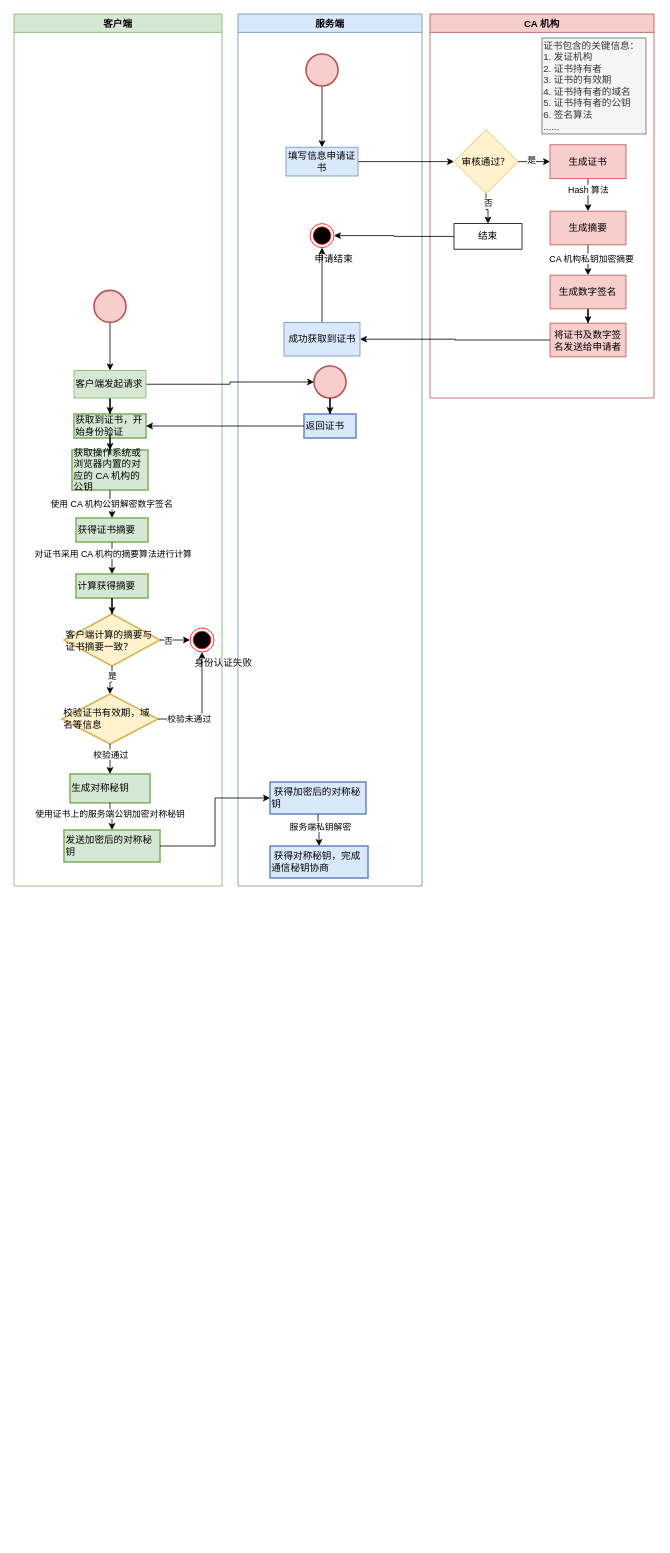
Earlier version of the draw.io diagram HTTPS .drawio (yang00-74/flowchart). Source tidied: cells renumbered, new cells numbered last; positions are measured from the earlier drawing's top-left corner, leaving out a move shared by most shapes. Both pictures are drawn from the tidied source at 80%, with x=0, y=0 at pixel (14, 14).
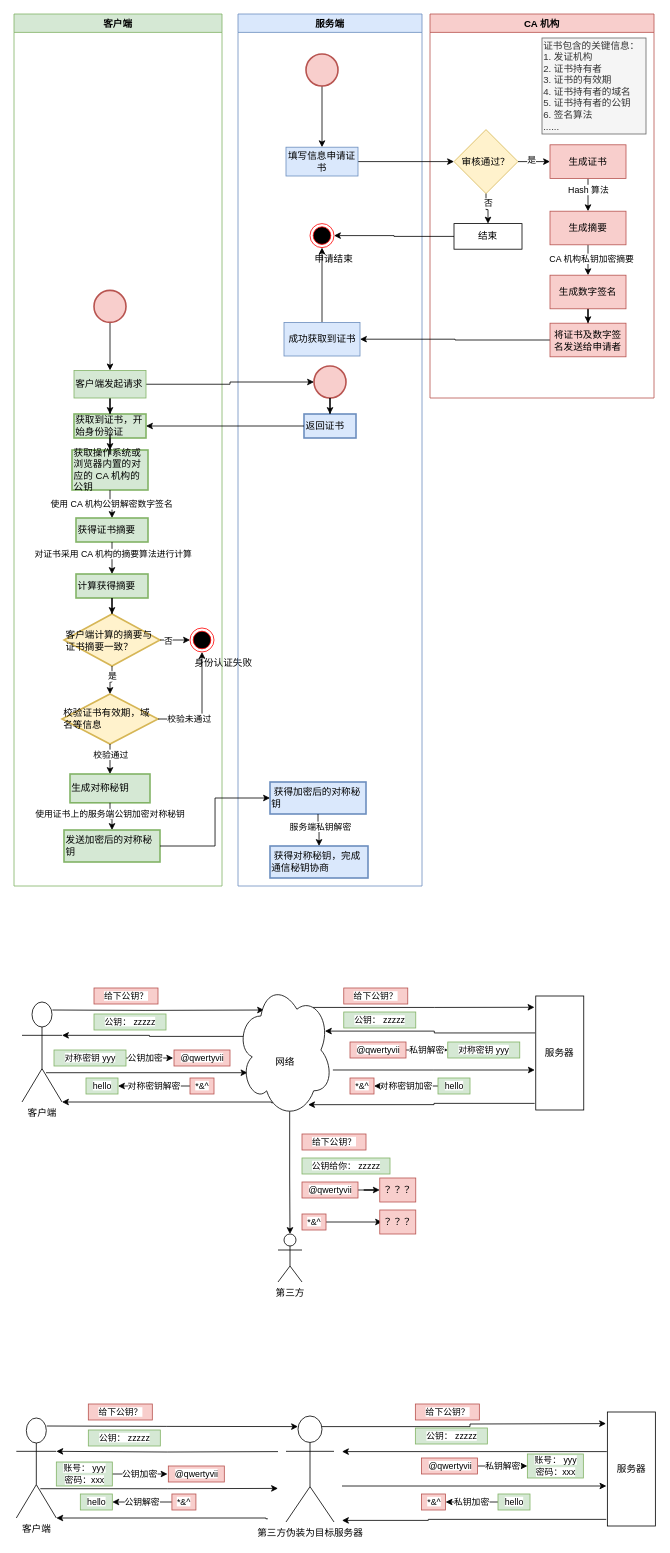
The same diagram, later.

Change to the diagram source:
```diff
@@
+    <mxCell id="68" style="edgeStyle=orthogonalEdgeStyle;rounded=0;jettySize=auto;html=1;entryX=0.25;entryY=0.1;entryDx=0;entryDy=0;entryPerimeter=0;" parent="1" edge="1" target="78">
+      <mxGeometry x="-0.05" y="20" relative="1" as="geometry">
+        <mxPoint x="40.9" y="1765" as="sourcePoint" />
+      </mxGeometry>
+    </mxCell>
+    <mxCell id="69" style="edgeStyle=orthogonalEdgeStyle;rounded=0;jettySize=auto;html=1;exitX=0.6;exitY=0.707;exitDx=0;exitDy=0;exitPerimeter=0;" parent="1" edge="1" source="70">
+      <mxGeometry relative="1" as="geometry">
+        <mxPoint x="330" y="1843" as="targetPoint" />
+      </mxGeometry>
+    </mxCell>
+    <mxCell id="70" value="客户端" style="shape=umlActor;verticalLabelPosition=bottom;verticalAlign=top;html=1;" parent="1" vertex="1">
+      <mxGeometry x="2.9" y="1755" width="50" height="125" as="geometry" />
+    </mxCell>
+    <mxCell id="71" style="edgeStyle=orthogonalEdgeStyle;rounded=0;jettySize=auto;html=1;exitX=0.75;exitY=0.1;exitDx=0;exitDy=0;exitPerimeter=0;" parent="1" edge="1" source="78">
+      <mxGeometry relative="1" as="geometry">
+        <mxPoint x="740" y="1762" as="targetPoint" />
+      </mxGeometry>
+    </mxCell>
+    <mxCell id="72" style="edgeStyle=orthogonalEdgeStyle;rounded=0;orthogonalLoop=1;jettySize=auto;html=1;" parent="1" edge="1">
+      <mxGeometry relative="1" as="geometry">
+        <mxPoint x="410" y="1840" as="sourcePoint" />
+        <mxPoint x="740.5" y="1840" as="targetPoint" />
+      </mxGeometry>
+    </mxCell>
+    <mxCell id="73" style="edgeStyle=orthogonalEdgeStyle;rounded=0;jettySize=auto;html=1;entryX=1;entryY=0.3333333333333333;entryDx=0;entryDy=0;entryPerimeter=0;" parent="1" edge="1" target="70">
+      <mxGeometry relative="1" as="geometry">
+        <mxPoint x="330" y="1797" as="sourcePoint" />
+      </mxGeometry>
+    </mxCell>
+    <mxCell id="74" style="edgeStyle=orthogonalEdgeStyle;rounded=0;jettySize=auto;html=1;exitX=0.382;exitY=0.888;exitDx=0;exitDy=0;exitPerimeter=0;entryX=1;entryY=1;entryDx=0;entryDy=0;entryPerimeter=0;" parent="1" edge="1" target="70">
+      <mxGeometry relative="1" as="geometry">
+        <mxPoint x="317.3" y="1881" as="sourcePoint" />
+        <Array as="points">
+          <mxPoint x="314.9" y="1881" />
+          <mxPoint x="314.9" y="1880" />
+        </Array>
+      </mxGeometry>
+    </mxCell>
+    <mxCell id="75" style="edgeStyle=orthogonalEdgeStyle;rounded=0;orthogonalLoop=1;jettySize=auto;html=1;" parent="1" edge="1">
+      <mxGeometry relative="1" as="geometry">
+        <mxPoint x="741" y="1797" as="sourcePoint" />
+        <mxPoint x="410" y="1797" as="targetPoint" />
+      </mxGeometry>
+    </mxCell>
+    <mxCell id="76" style="edgeStyle=orthogonalEdgeStyle;rounded=0;jettySize=auto;html=1;exitX=-0.023;exitY=0.942;exitDx=0;exitDy=0;exitPerimeter=0;" parent="1" edge="1" source="77">
+      <mxGeometry relative="1" as="geometry">
+        <mxPoint x="410" y="1883" as="targetPoint" />
+        <Array as="points">
+          <mxPoint x="517.9" y="1882" />
+          <mxPoint x="517.9" y="1883" />
+        </Array>
+      </mxGeometry>
+    </mxCell>
+    <mxCell id="77" value="服务器" style="whiteSpace=wrap;html=1;verticalAlign=middle;" parent="1" vertex="1">
+      <mxGeometry x="741.7" y="1747.5" width="60" height="142.5" as="geometry" />
+    </mxCell>
+    <mxCell id="78" value="第三方伪装为目标服务器" style="shape=umlActor;verticalLabelPosition=bottom;verticalAlign=top;html=1;" parent="1" vertex="1">
+      <mxGeometry x="340" y="1752.5" width="60" height="132.5" as="geometry" />
+    </mxCell>
+    <mxCell id="79" value="&lt;span style=&quot;font-size: 11px ; background-color: rgb(255 , 255 , 255)&quot;&gt;给下公钥？&lt;/span&gt;" style="text;html=1;align=center;verticalAlign=middle;strokeColor=#b85450;fillColor=#f8cecc;" parent="1" vertex="1">
+      <mxGeometry x="92.9" y="1737.5" width="80" height="20" as="geometry" />
+    </mxCell>
+    <mxCell id="80" value="&lt;span style=&quot;font-size: 11px ; background-color: rgb(255 , 255 , 255)&quot;&gt;公钥： zzzzz&lt;/span&gt;" style="text;html=1;align=center;verticalAlign=middle;strokeColor=#82b366;fillColor=#d5e8d4;" parent="1" vertex="1">
+      <mxGeometry x="501.7" y="1767.5" width="90" height="20" as="geometry" />
+    </mxCell>
+    <mxCell id="81" value="&lt;span style=&quot;font-size: 11px ; background-color: rgb(255 , 255 , 255)&quot;&gt;给下公钥？&lt;/span&gt;" style="text;html=1;align=center;verticalAlign=middle;strokeColor=#b85450;fillColor=#f8cecc;" parent="1" vertex="1">
+      <mxGeometry x="501.7" y="1737.5" width="80" height="20" as="geometry" />
+    </mxCell>
+    <mxCell id="82" value="&lt;span style=&quot;font-size: 11px ; background-color: rgb(255 , 255 , 255)&quot;&gt;公钥： zzzzz&lt;/span&gt;" style="text;html=1;align=center;verticalAlign=middle;strokeColor=#82b366;fillColor=#d5e8d4;" parent="1" vertex="1">
+      <mxGeometry x="92.9" y="1770" width="90" height="20" as="geometry" />
+    </mxCell>
+    <mxCell id="83" value="公钥加密" style="edgeStyle=orthogonalEdgeStyle;rounded=0;orthogonalLoop=1;jettySize=auto;html=1;" parent="1" edge="1">
+      <mxGeometry relative="1" as="geometry">
+        <mxPoint x="121.9" y="1825" as="sourcePoint" />
+        <mxPoint x="191.9" y="1825" as="targetPoint" />
+      </mxGeometry>
+    </mxCell>
+    <mxCell id="84" value="&lt;span style=&quot;font-size: 11px ; background-color: rgb(255 , 255 , 255)&quot;&gt;账号： yyy&lt;/span&gt;&lt;br style=&quot;font-size: 11px&quot;&gt;&lt;span style=&quot;font-size: 11px ; background-color: rgb(255 , 255 , 255)&quot;&gt;密码：xxx&lt;/span&gt;" style="text;html=1;align=center;verticalAlign=middle;strokeColor=#82b366;fillColor=#D5E8D4;" parent="1" vertex="1">
+      <mxGeometry x="52.9" y="1810" width="70" height="30" as="geometry" />
+    </mxCell>
+    <mxCell id="85" value="&lt;span style=&quot;font-size: 11px ; background-color: rgb(255 , 255 , 255)&quot;&gt;@qwertyvii&lt;/span&gt;" style="text;html=1;align=center;verticalAlign=middle;strokeColor=#b85450;fillColor=#f8cecc;" parent="1" vertex="1">
+      <mxGeometry x="192.9" y="1815" width="70" height="20" as="geometry" />
+    </mxCell>
+    <mxCell id="86" value="&lt;span style=&quot;font-size: 11px ; background-color: rgb(255 , 255 , 255)&quot;&gt;账号： yyy&lt;/span&gt;&lt;br style=&quot;font-size: 11px&quot;&gt;&lt;span style=&quot;font-size: 11px ; background-color: rgb(255 , 255 , 255)&quot;&gt;密码：xxx&lt;/span&gt;" style="text;html=1;align=center;verticalAlign=middle;points=[];strokeColor=#82b366;fillColor=#D5E8D4;" parent="1" vertex="1">
+      <mxGeometry x="641.7" y="1800" width="70" height="30" as="geometry" />
+    </mxCell>
+    <mxCell id="87" value="私钥解密" style="edgeStyle=orthogonalEdgeStyle;rounded=0;jettySize=auto;html=1;" parent="1" edge="1" source="88" target="86">
+      <mxGeometry relative="1" as="geometry" />
+    </mxCell>
+    <mxCell id="88" value="&lt;span style=&quot;font-size: 11px ; background-color: rgb(255 , 255 , 255)&quot;&gt;@qwertyvii&lt;/span&gt;" style="text;html=1;align=center;verticalAlign=middle;points=[];strokeColor=#b85450;fillColor=#f8cecc;" parent="1" vertex="1">
+      <mxGeometry x="509.5" y="1805" width="70" height="20" as="geometry" />
+    </mxCell>
+    <mxCell id="89" value="&lt;span style=&quot;font-size: 11px ; background-color: rgb(255 , 255 , 255)&quot;&gt;hello&lt;/span&gt;" style="text;html=1;align=center;verticalAlign=middle;points=[];strokeColor=#82b366;fillColor=#D5E8D4;" parent="1" vertex="1">
+      <mxGeometry x="82.9" y="1850" width="40" height="20" as="geometry" />
+    </mxCell>
+    <mxCell id="90" value="公钥解密" style="edgeStyle=orthogonalEdgeStyle;rounded=0;jettySize=auto;html=1;" parent="1" edge="1" source="91" target="89">
+      <mxGeometry relative="1" as="geometry" />
+    </mxCell>
+    <mxCell id="91" value="&lt;span style=&quot;font-size: 11px ; background-color: rgb(255 , 255 , 255)&quot;&gt;*&amp;amp;^&lt;/span&gt;" style="text;html=1;align=center;verticalAlign=middle;points=[];strokeColor=#b85450;fillColor=#f8cecc;" parent="1" vertex="1">
+      <mxGeometry x="197.4" y="1850" width="30" height="20" as="geometry" />
+    </mxCell>
+    <mxCell id="92" value="私钥加密" style="edgeStyle=orthogonalEdgeStyle;rounded=0;jettySize=auto;html=1;" parent="1" edge="1" source="93" target="94">
+      <mxGeometry relative="1" as="geometry" />
+    </mxCell>
+    <mxCell id="93" value="&lt;span style=&quot;font-size: 11px ; background-color: rgb(255 , 255 , 255)&quot;&gt;hello&lt;/span&gt;" style="text;html=1;align=center;verticalAlign=middle;points=[];strokeColor=#82b366;fillColor=#D5E8D4;" parent="1" vertex="1">
+      <mxGeometry x="605" y="1850" width="40" height="20" as="geometry" />
+    </mxCell>
+    <mxCell id="94" value="&lt;span style=&quot;font-size: 11px ; background-color: rgb(255 , 255 , 255)&quot;&gt;*&amp;amp;^&lt;/span&gt;" style="text;html=1;align=center;verticalAlign=middle;points=[];strokeColor=#b85450;fillColor=#f8cecc;" parent="1" vertex="1">
+      <mxGeometry x="509.5" y="1850" width="30" height="20" as="geometry" />
+    </mxCell>
+    <mxCell id="95" style="edgeStyle=orthogonalEdgeStyle;rounded=0;jettySize=auto;html=1;entryX=0.283;entryY=0.206;entryDx=0;entryDy=0;entryPerimeter=0;" parent="1" edge="1" target="103">
+      <mxGeometry x="-0.05" y="20" relative="1" as="geometry">
+        <mxPoint x="48" y="1245" as="sourcePoint" />
+      </mxGeometry>
+    </mxCell>
+    <mxCell id="96" style="edgeStyle=orthogonalEdgeStyle;rounded=0;jettySize=auto;html=1;entryX=0.11;entryY=0.667;entryDx=0;entryDy=0;entryPerimeter=0;exitX=0.6;exitY=0.707;exitDx=0;exitDy=0;exitPerimeter=0;" parent="1" edge="1" source="97" target="103">
+      <mxGeometry relative="1" as="geometry" />
+    </mxCell>
+    <mxCell id="97" value="客户端" style="shape=umlActor;verticalLabelPosition=bottom;verticalAlign=top;html=1;" parent="1" vertex="1">
+      <mxGeometry x="10" y="1235" width="50" height="125" as="geometry" />
+    </mxCell>
+    <mxCell id="98" style="edgeStyle=orthogonalEdgeStyle;rounded=0;jettySize=auto;html=1;exitX=0.79;exitY=0.187;exitDx=0;exitDy=0;exitPerimeter=0;entryX=-0.027;entryY=0.099;entryDx=0;entryDy=0;entryPerimeter=0;" parent="1" edge="1" source="103" target="106">
+      <mxGeometry relative="1" as="geometry" />
+    </mxCell>
+    <mxCell id="99" style="edgeStyle=orthogonalEdgeStyle;rounded=0;jettySize=auto;html=1;entryX=0.5;entryY=0;entryDx=0;entryDy=0;entryPerimeter=0;exitX=0.55;exitY=0.95;exitDx=0;exitDy=0;exitPerimeter=0;" parent="1" edge="1" source="103" target="107">
+      <mxGeometry relative="1" as="geometry" />
+    </mxCell>
+    <mxCell id="100" style="edgeStyle=orthogonalEdgeStyle;rounded=0;jettySize=auto;html=1;exitX=1;exitY=0.647;exitDx=0;exitDy=0;exitPerimeter=0;" parent="1" edge="1" source="103">
+      <mxGeometry relative="1" as="geometry">
+        <mxPoint x="651" y="1320" as="targetPoint" />
+      </mxGeometry>
+    </mxCell>
+    <mxCell id="101" style="edgeStyle=orthogonalEdgeStyle;rounded=0;jettySize=auto;html=1;exitX=0.07;exitY=0.4;exitDx=0;exitDy=0;exitPerimeter=0;entryX=1;entryY=0.3333333333333333;entryDx=0;entryDy=0;entryPerimeter=0;" parent="1" edge="1" source="103" target="97">
+      <mxGeometry relative="1" as="geometry" />
+    </mxCell>
+    <mxCell id="102" style="edgeStyle=orthogonalEdgeStyle;rounded=0;jettySize=auto;html=1;exitX=0.382;exitY=0.888;exitDx=0;exitDy=0;exitPerimeter=0;entryX=1;entryY=1;entryDx=0;entryDy=0;entryPerimeter=0;" parent="1" edge="1" source="103" target="97">
+      <mxGeometry relative="1" as="geometry">
+        <Array as="points">
+          <mxPoint x="322" y="1361" />
+          <mxPoint x="322" y="1360" />
+        </Array>
+      </mxGeometry>
+    </mxCell>
+    <mxCell id="103" value="&lt;br&gt;&lt;br&gt;网络" style="ellipse;shape=cloud;whiteSpace=wrap;html=1;verticalAlign=middle;" parent="1" vertex="1">
+      <mxGeometry x="278.6" y="1210" width="120" height="170" as="geometry" />
+    </mxCell>
+    <mxCell id="104" style="edgeStyle=orthogonalEdgeStyle;rounded=0;jettySize=auto;html=1;exitX=-0.013;exitY=0.324;exitDx=0;exitDy=0;entryX=0.917;entryY=0.361;entryDx=0;entryDy=0;entryPerimeter=0;exitPerimeter=0;" parent="1" edge="1" source="106" target="103">
+      <mxGeometry relative="1" as="geometry" />
+    </mxCell>
+    <mxCell id="105" style="edgeStyle=orthogonalEdgeStyle;rounded=0;jettySize=auto;html=1;exitX=-0.023;exitY=0.942;exitDx=0;exitDy=0;entryX=0.742;entryY=0.902;entryDx=0;entryDy=0;entryPerimeter=0;exitPerimeter=0;" parent="1" edge="1" source="106" target="103">
+      <mxGeometry relative="1" as="geometry">
+        <Array as="points">
+          <mxPoint x="525" y="1362" />
+          <mxPoint x="525" y="1363" />
+        </Array>
+      </mxGeometry>
+    </mxCell>
+    <mxCell id="106" value="服务器" style="whiteSpace=wrap;html=1;verticalAlign=middle;" parent="1" vertex="1">
+      <mxGeometry x="652.2" y="1227.5" width="60" height="142.5" as="geometry" />
+    </mxCell>
+    <mxCell id="107" value="第三方" style="shape=umlActor;verticalLabelPosition=bottom;verticalAlign=top;html=1;" parent="1" vertex="1">
+      <mxGeometry x="330" y="1525" width="30" height="60" as="geometry" />
+    </mxCell>
+    <mxCell id="108" value="&lt;span style=&quot;font-size: 11px ; background-color: rgb(255 , 255 , 255)&quot;&gt;给下公钥？&lt;/span&gt;" style="text;html=1;align=center;verticalAlign=middle;strokeColor=#b85450;fillColor=#f8cecc;" parent="1" vertex="1">
+      <mxGeometry x="100" y="1217.5" width="80" height="20" as="geometry" />
+    </mxCell>
+    <mxCell id="109" value="&lt;span style=&quot;font-size: 11px ; background-color: rgb(255 , 255 , 255)&quot;&gt;公钥： zzzzz&lt;/span&gt;" style="text;html=1;align=center;verticalAlign=middle;strokeColor=#82b366;fillColor=#d5e8d4;" parent="1" vertex="1">
+      <mxGeometry x="412.2" y="1247.5" width="90" height="20" as="geometry" />
+    </mxCell>
+    <mxCell id="110" value="&lt;span style=&quot;font-size: 11px ; background-color: rgb(255 , 255 , 255)&quot;&gt;给下公钥？&lt;/span&gt;" style="text;html=1;align=center;verticalAlign=middle;strokeColor=#b85450;fillColor=#f8cecc;" parent="1" vertex="1">
+      <mxGeometry x="360" y="1400" width="80" height="20" as="geometry" />
+    </mxCell>
+    <mxCell id="111" value="&lt;span style=&quot;font-size: 11px ; background-color: rgb(255 , 255 , 255)&quot;&gt;给下公钥？&lt;/span&gt;" style="text;html=1;align=center;verticalAlign=middle;strokeColor=#b85450;fillColor=#f8cecc;" parent="1" vertex="1">
+      <mxGeometry x="412.2" y="1217.5" width="80" height="20" as="geometry" />
+    </mxCell>
+    <mxCell id="112" value="&lt;span style=&quot;font-size: 11px ; background-color: rgb(255 , 255 , 255)&quot;&gt;公钥： zzzzz&lt;/span&gt;" style="text;html=1;align=center;verticalAlign=middle;strokeColor=#82b366;fillColor=#d5e8d4;" parent="1" vertex="1">
+      <mxGeometry x="100" y="1250" width="90" height="20" as="geometry" />
+    </mxCell>
+    <mxCell id="113" value="&lt;span style=&quot;font-size: 11px ; background-color: rgb(255 , 255 , 255)&quot;&gt;公钥给你： zzzzz&lt;/span&gt;" style="text;html=1;align=center;verticalAlign=middle;strokeColor=#82b366;fillColor=#d5e8d4;" parent="1" vertex="1">
+      <mxGeometry x="360" y="1430" width="110" height="20" as="geometry" />
+    </mxCell>
+    <mxCell id="114" value="公钥加密" style="edgeStyle=orthogonalEdgeStyle;rounded=0;orthogonalLoop=1;jettySize=auto;html=1;" parent="1" edge="1">
+      <mxGeometry relative="1" as="geometry">
+        <mxPoint x="129" y="1305" as="sourcePoint" />
+        <mxPoint x="199" y="1305" as="targetPoint" />
+      </mxGeometry>
+    </mxCell>
+    <mxCell id="115" value="&lt;span style=&quot;font-size: 11px ; background-color: rgb(255 , 255 , 255)&quot;&gt;对称密钥 yyy&lt;/span&gt;" style="text;html=1;align=center;verticalAlign=middle;strokeColor=#82b366;fillColor=#D5E8D4;" parent="1" vertex="1">
+      <mxGeometry x="50" y="1295" width="90" height="20" as="geometry" />
+    </mxCell>
+    <mxCell id="116" value="&lt;span style=&quot;font-size: 11px ; background-color: rgb(255 , 255 , 255)&quot;&gt;@qwertyvii&lt;/span&gt;" style="text;html=1;align=center;verticalAlign=middle;strokeColor=#b85450;fillColor=#f8cecc;" parent="1" vertex="1">
+      <mxGeometry x="200" y="1295" width="70" height="20" as="geometry" />
+    </mxCell>
+    <mxCell id="117" style="edgeStyle=orthogonalEdgeStyle;rounded=0;jettySize=auto;html=1;" parent="1" edge="1" source="118" target="122">
+      <mxGeometry relative="1" as="geometry" />
+    </mxCell>
+    <mxCell id="118" value="&lt;span style=&quot;font-size: 11px ; background-color: rgb(255 , 255 , 255)&quot;&gt;@qwertyvii&lt;/span&gt;" style="text;html=1;align=center;verticalAlign=middle;points=[];strokeColor=#b85450;fillColor=#f8cecc;" parent="1" vertex="1">
+      <mxGeometry x="360" y="1460" width="70" height="20" as="geometry" />
+    </mxCell>
+    <mxCell id="119" value="&lt;span style=&quot;font-size: 11px ; background-color: rgb(255 , 255 , 255)&quot;&gt;对称密钥 yyy&lt;/span&gt;" style="text;html=1;align=center;verticalAlign=middle;points=[];strokeColor=#82b366;fillColor=#D5E8D4;" parent="1" vertex="1">
+      <mxGeometry x="542.2" y="1285" width="90" height="20" as="geometry" />
+    </mxCell>
+    <mxCell id="120" value="私钥解密" style="edgeStyle=orthogonalEdgeStyle;rounded=0;jettySize=auto;html=1;" parent="1" edge="1" source="121" target="119">
+      <mxGeometry relative="1" as="geometry" />
+    </mxCell>
+    <mxCell id="121" value="&lt;span style=&quot;font-size: 11px ; background-color: rgb(255 , 255 , 255)&quot;&gt;@qwertyvii&lt;/span&gt;" style="text;html=1;align=center;verticalAlign=middle;points=[];strokeColor=#b85450;fillColor=#f8cecc;" parent="1" vertex="1">
+      <mxGeometry x="420" y="1285" width="70" height="20" as="geometry" />
+    </mxCell>
+    <mxCell id="122" value="？？？" style="whiteSpace=wrap;html=1;strokeColor=#b85450;fillColor=#f8cecc;" parent="1" vertex="1">
+      <mxGeometry x="457.2" y="1455" width="45" height="30" as="geometry" />
+    </mxCell>
+    <mxCell id="123" value="&lt;span style=&quot;font-size: 11px ; background-color: rgb(255 , 255 , 255)&quot;&gt;hello&lt;/span&gt;" style="text;html=1;align=center;verticalAlign=middle;points=[];strokeColor=#82b366;fillColor=#D5E8D4;" parent="1" vertex="1">
+      <mxGeometry x="90" y="1330" width="40" height="20" as="geometry" />
+    </mxCell>
+    <mxCell id="124" value="对称密钥解密" style="edgeStyle=orthogonalEdgeStyle;rounded=0;jettySize=auto;html=1;" parent="1" edge="1" source="125" target="123">
+      <mxGeometry relative="1" as="geometry" />
+    </mxCell>
+    <mxCell id="125" value="&lt;span style=&quot;font-size: 11px ; background-color: rgb(255 , 255 , 255)&quot;&gt;*&amp;amp;^&lt;/span&gt;" style="text;html=1;align=center;verticalAlign=middle;points=[];strokeColor=#b85450;fillColor=#f8cecc;" parent="1" vertex="1">
+      <mxGeometry x="220" y="1330" width="30" height="20" as="geometry" />
+    </mxCell>
+    <mxCell id="126" value="对称密钥加密" style="edgeStyle=orthogonalEdgeStyle;rounded=0;jettySize=auto;html=1;" parent="1" edge="1" source="127" target="128">
+      <mxGeometry relative="1" as="geometry" />
+    </mxCell>
+    <mxCell id="127" value="&lt;span style=&quot;font-size: 11px ; background-color: rgb(255 , 255 , 255)&quot;&gt;hello&lt;/span&gt;" style="text;html=1;align=center;verticalAlign=middle;points=[];strokeColor=#82b366;fillColor=#D5E8D4;" parent="1" vertex="1">
+      <mxGeometry x="530" y="1330" width="40" height="20" as="geometry" />
+    </mxCell>
+    <mxCell id="128" value="&lt;span style=&quot;font-size: 11px ; background-color: rgb(255 , 255 , 255)&quot;&gt;*&amp;amp;^&lt;/span&gt;" style="text;html=1;align=center;verticalAlign=middle;points=[];strokeColor=#b85450;fillColor=#f8cecc;" parent="1" vertex="1">
+      <mxGeometry x="420" y="1330" width="30" height="20" as="geometry" />
+    </mxCell>
+    <mxCell id="129" style="edgeStyle=orthogonalEdgeStyle;rounded=0;jettySize=auto;html=1;entryX=0.063;entryY=0.5;entryDx=0;entryDy=0;entryPerimeter=0;" parent="1" edge="1" source="130" target="131">
+      <mxGeometry relative="1" as="geometry" />
+    </mxCell>
+    <mxCell id="130" value="&lt;span style=&quot;font-size: 11px ; background-color: rgb(255 , 255 , 255)&quot;&gt;*&amp;amp;^&lt;/span&gt;" style="text;html=1;align=center;verticalAlign=middle;points=[];strokeColor=#b85450;fillColor=#f8cecc;" parent="1" vertex="1">
+      <mxGeometry x="360" y="1500" width="30" height="20" as="geometry" />
+    </mxCell>
+    <mxCell id="131" value="？？？" style="whiteSpace=wrap;html=1;strokeColor=#b85450;fillColor=#f8cecc;" parent="1" vertex="1">
+      <mxGeometry x="457.2" y="1495" width="45" height="30" as="geometry" />
+    </mxCell>
```
